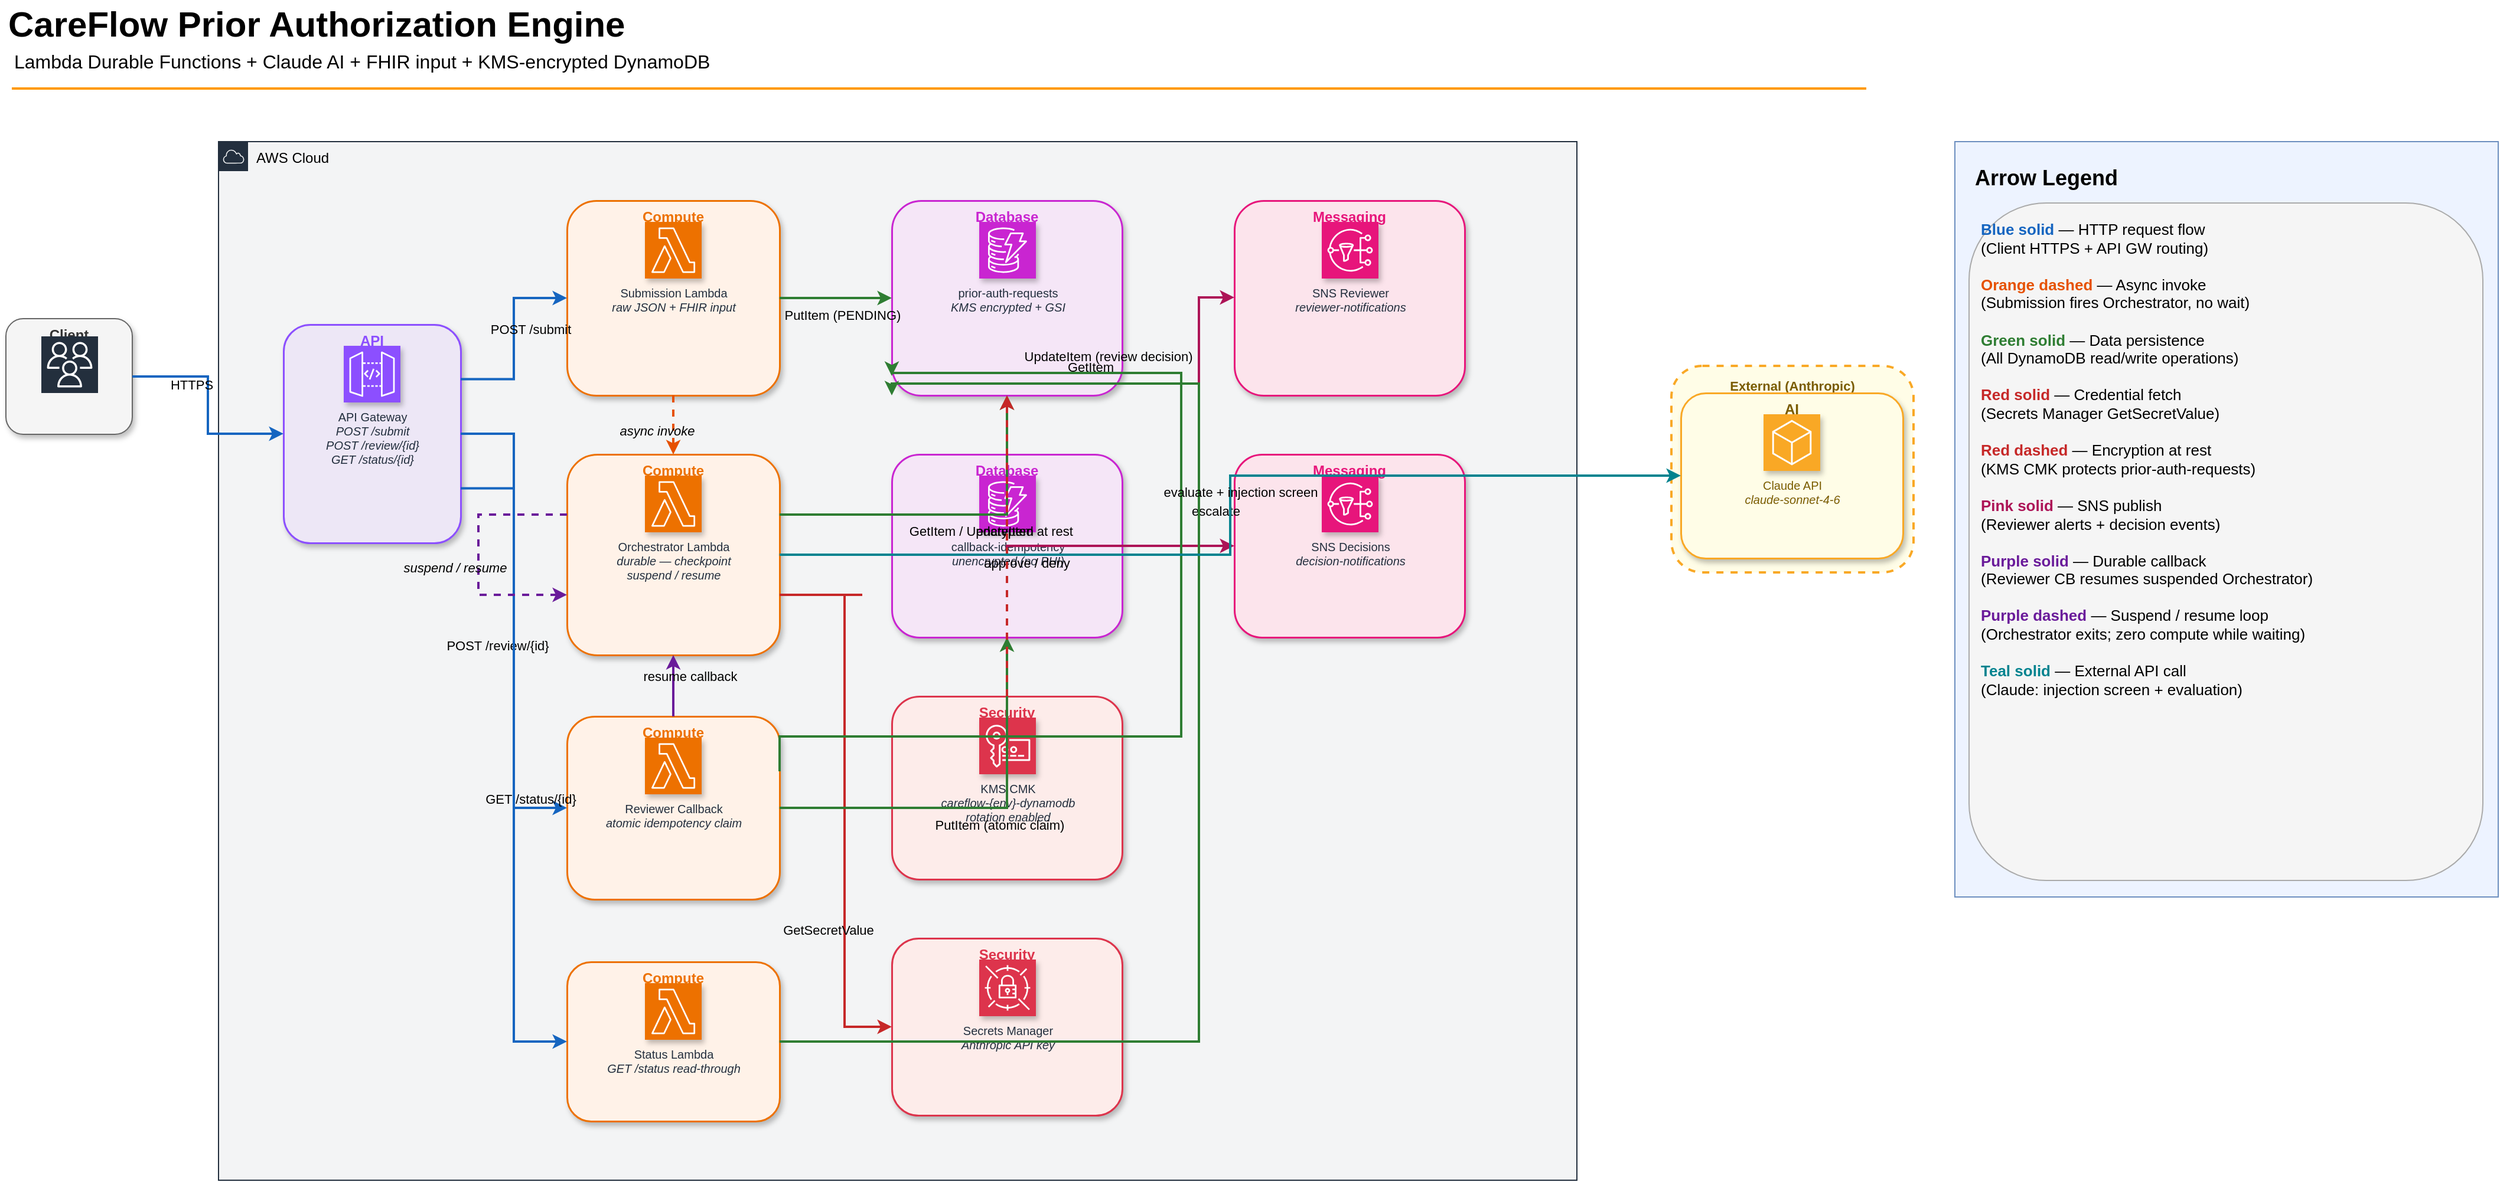
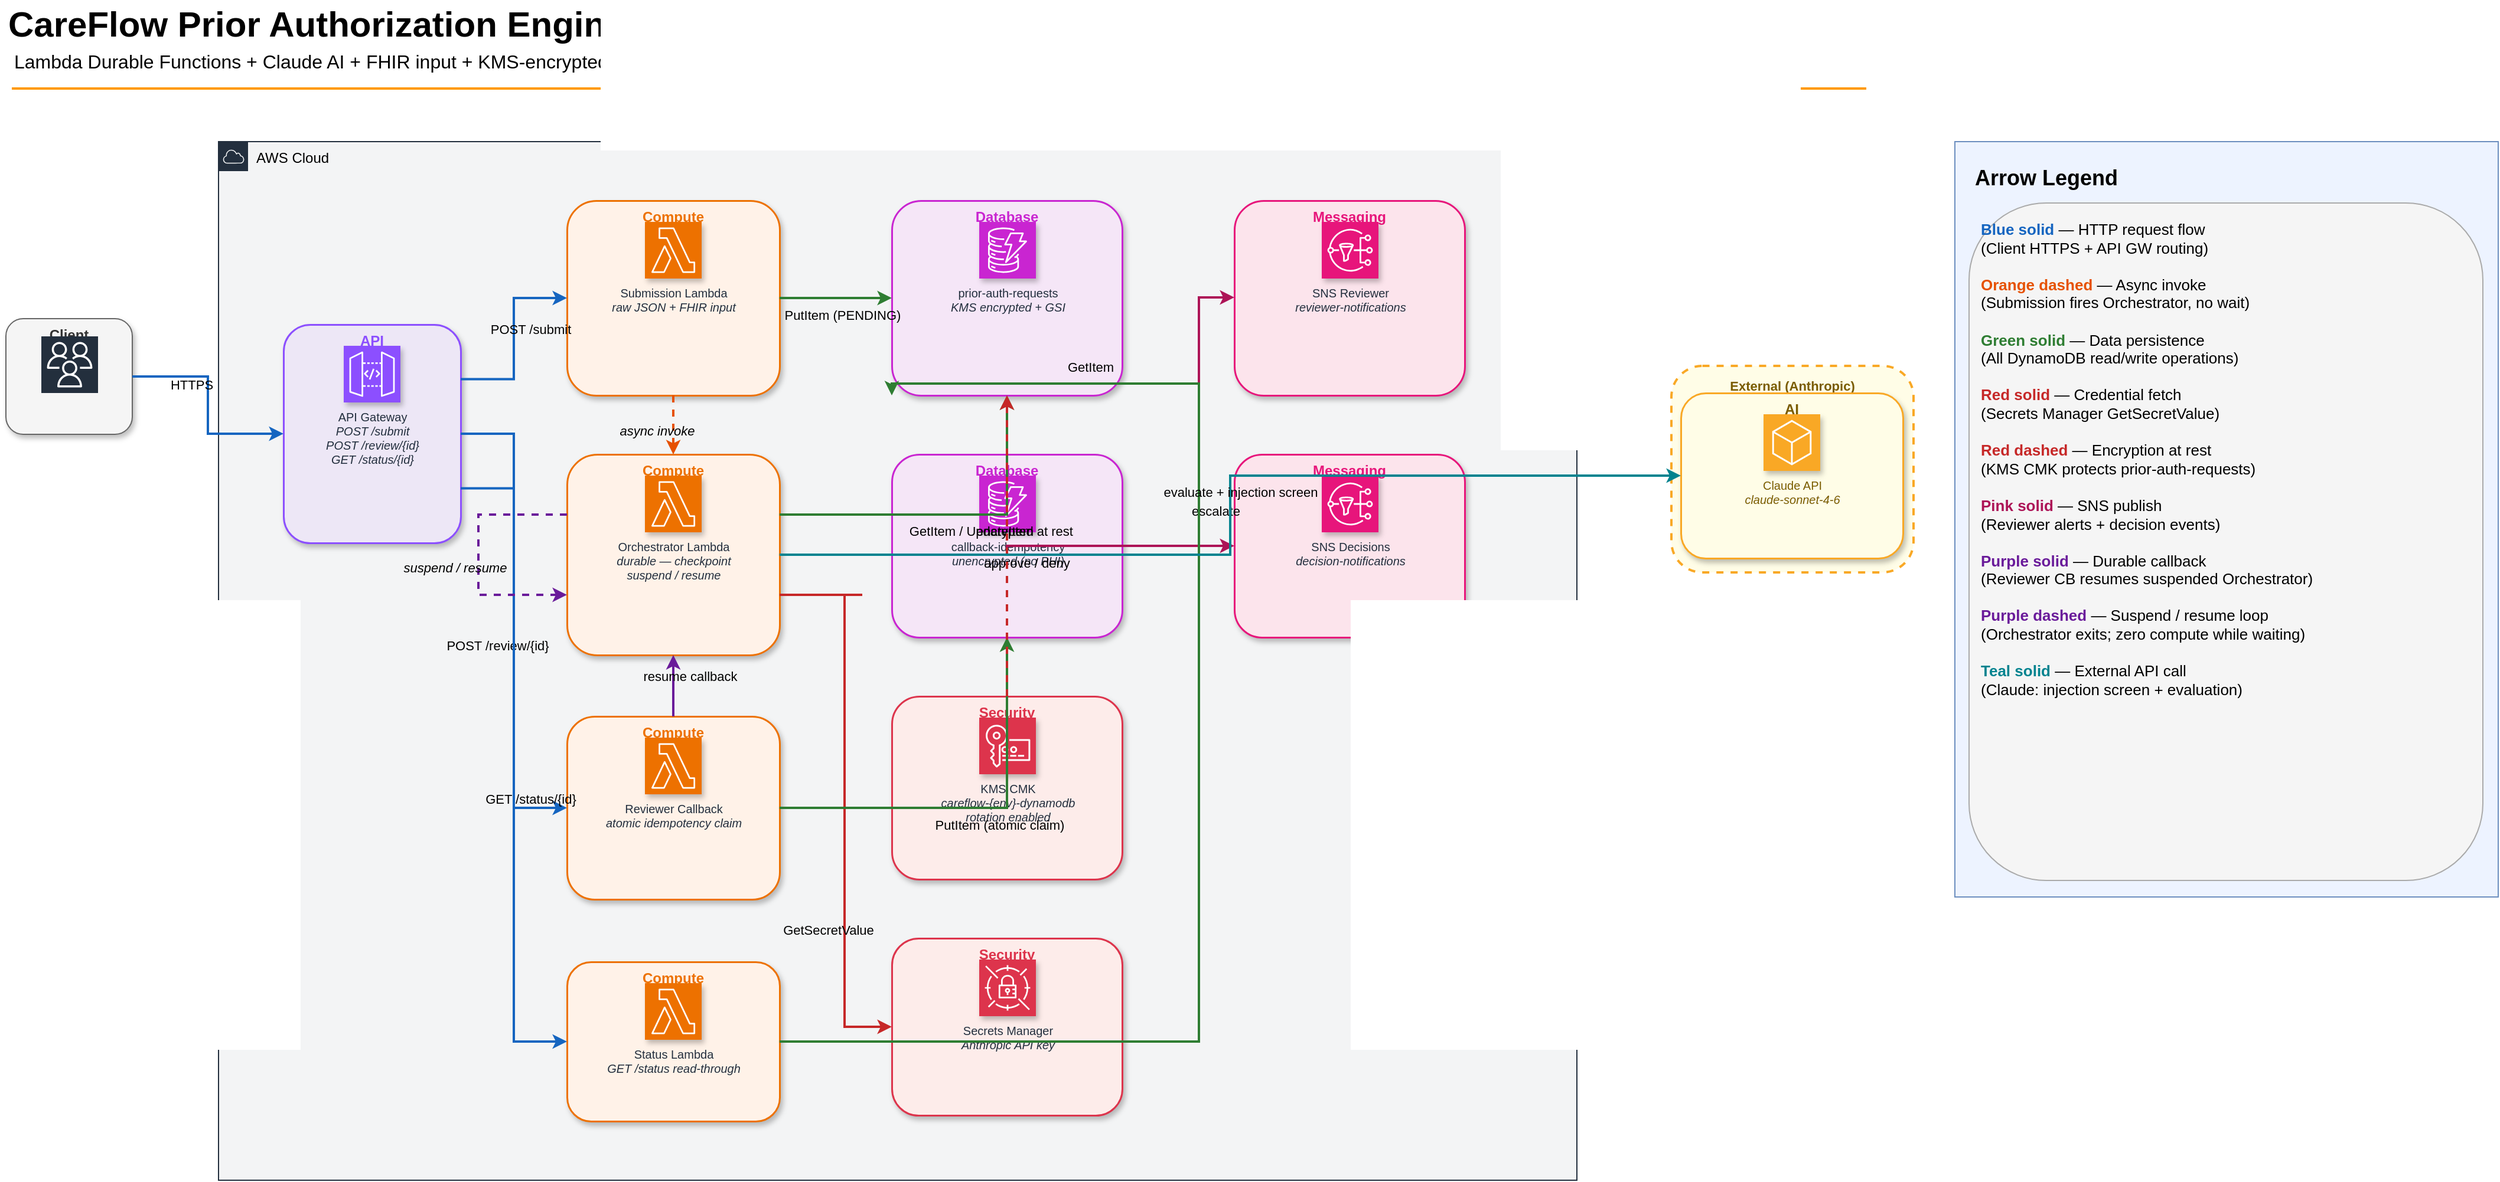
<mxfile host="Electron" version="29.6.1">
  <diagram name="CareFlow Architecture" id="careflow-arch">
    <mxGraphModel dx="2000" dy="1200" grid="0" gridSize="10" guides="1" tooltips="1" connect="1" arrows="1" fold="1" page="0" pageScale="1" pageWidth="2200" pageHeight="1200" math="0" shadow="0">
      <root>
        <mxCell id="0" />
        <mxCell id="1" parent="0" />

        <mxCell id="title-group" connectable="0" parent="1" style="group;fontFamily=Helvetica;" value="" vertex="1">
          <mxGeometry x="50" y="30" width="1580" height="83" as="geometry" />
        </mxCell>
        <mxCell id="title-text" parent="title-group" style="text;html=1;resizable=1;points=[];autosize=1;align=left;verticalAlign=top;spacingTop=-4;fontSize=30;fontStyle=1;fontFamily=Helvetica;" value="CareFlow Prior Authorization Engine" vertex="1">
          <mxGeometry width="900" height="42" as="geometry" />
        </mxCell>
        <mxCell id="subtitle-text" parent="title-group" style="text;html=1;resizable=0;points=[];align=left;verticalAlign=top;spacingTop=-4;fontSize=16;fontFamily=Helvetica;" value="Lambda Durable Functions + Claude AI + FHIR input + KMS-encrypted DynamoDB" vertex="1">
          <mxGeometry x="5" y="40" width="1400" height="25" as="geometry" />
        </mxCell>
        <mxCell id="title-sep" parent="title-group" style="line;strokeWidth=2;html=1;strokeColor=#FF9900;fontFamily=Helvetica;" value="" vertex="1">
          <mxGeometry x="5" y="70" width="1570" height="10" as="geometry" />
        </mxCell>

        <mxCell id="client-container" parent="1" style="fillColor=#f5f5f5;strokeColor=light-dark(#666666,#D4D4D4);rounded=1;whiteSpace=wrap;html=1;verticalAlign=top;fontStyle=1;fontSize=12;fontColor=#333333;fontFamily=Helvetica;container=1;collapsible=0;shadow=1;strokeWidth=1;" value="Client" vertex="1">
          <mxGeometry x="50" y="300" width="107" height="98" as="geometry" />
        </mxCell>
        <mxCell id="client-icon" parent="client-container" style="sketch=0;points=[[0,0,0],[0.25,0,0],[0.5,0,0],[0.75,0,0],[1,0,0],[0,1,0],[0.25,1,0],[0.5,1,0],[0.75,1,0],[1,1,0],[0,0.25,0],[0,0.5,0],[0,0.75,0],[1,0.25,0],[1,0.5,0],[1,0.75,0]];outlineConnect=0;fontColor=#232F3E;fillColor=#232F3D;strokeColor=#ffffff;dashed=0;verticalLabelPosition=bottom;verticalAlign=top;align=center;html=1;fontSize=12;fontStyle=0;aspect=fixed;shape=mxgraph.aws4.resourceIcon;resIcon=mxgraph.aws4.users;fontFamily=Helvetica;" value="" vertex="1">
          <mxGeometry x="30" y="15" width="48" height="48" as="geometry" />
        </mxCell>

        <mxCell id="ext-boundary" parent="1" style="rounded=1;whiteSpace=wrap;html=1;verticalAlign=top;fontStyle=1;fontSize=11;fontColor=#7a5c00;fontFamily=Helvetica;fillColor=#FFFDE7;strokeColor=#F9A825;strokeWidth=2;dashed=1;spacingTop=4;" value="External (Anthropic)" vertex="1">
          <mxGeometry x="1460" y="340" width="205" height="175" as="geometry" />
        </mxCell>
        <mxCell id="svc-group-claude" parent="1" style="fillColor=#FFFDE7;strokeColor=#F9A825;rounded=1;whiteSpace=wrap;html=1;verticalAlign=top;fontStyle=1;fontSize=12;fontColor=#7a5c00;fontFamily=Helvetica;container=1;collapsible=0;shadow=1;strokeWidth=1.5;" value="AI" vertex="1">
          <mxGeometry x="1468" y="363" width="188" height="140" as="geometry" />
        </mxCell>
        <mxCell id="svc-claude" parent="svc-group-claude" style="sketch=0;points=[[0,0,0],[0.25,0,0],[0.5,0,0],[0.75,0,0],[1,0,0],[0,1,0],[0.25,1,0],[0.5,1,0],[0.75,1,0],[1,1,0],[0,0.25,0],[0,0.5,0],[0,0.75,0],[1,0.25,0],[1,0.5,0],[1,0.75,0]];outlineConnect=0;fontColor=#7a5c00;fillColor=#F9A825;strokeColor=#ffffff;dashed=0;verticalLabelPosition=bottom;verticalAlign=top;align=center;html=1;fontSize=10;fontStyle=0;aspect=fixed;shape=mxgraph.aws4.resourceIcon;resIcon=mxgraph.aws4.general;fontFamily=Helvetica;shadow=1;" value="Claude API&lt;div&gt;&lt;i&gt;claude-sonnet-4-6&lt;/i&gt;&lt;/div&gt;" vertex="1">
          <mxGeometry x="70" y="18" width="48" height="48" as="geometry" />
        </mxCell>

        <mxCell id="aws-cloud" parent="1" style="points=[[0,0],[0.25,0],[0.5,0],[0.75,0],[1,0],[1,0.25],[1,0.5],[1,0.75],[1,1],[0.75,1],[0.5,1],[0.25,1],[0,1],[0,0.75],[0,0.5],[0,0.25]];outlineConnect=0;gradientColor=none;html=1;whiteSpace=wrap;fontSize=12;fontStyle=0;shape=mxgraph.aws4.group;grIcon=mxgraph.aws4.group_aws_cloud;strokeColor=light-dark(#232F3E,#E0ECFB);fillColor=light-dark(#232F3E0D,#90C7FF0D);fillStyle=auto;verticalAlign=top;align=left;spacingLeft=30;fontColor=#232F3E;dashed=0;container=1;pointerEvents=0;collapsible=0;recursiveResize=0;fontFamily=Helvetica;" value="&lt;font style=&quot;color: light-dark(rgb(0,0,0),rgb(255,255,255));&quot;&gt;AWS Cloud&lt;/font&gt;" vertex="1">
          <mxGeometry x="230" y="150" width="1150" height="880" as="geometry" />
        </mxCell>

        <mxCell id="svc-group-apigw" parent="aws-cloud" style="fillColor=#EDE7F6;strokeColor=#8C4FFF;rounded=1;whiteSpace=wrap;html=1;verticalAlign=top;fontStyle=1;fontSize=12;fontColor=#8C4FFF;fontFamily=Helvetica;container=1;collapsible=0;shadow=1;strokeWidth=1.5;" value="API" vertex="1">
          <mxGeometry x="55" y="155" width="150" height="185" as="geometry" />
        </mxCell>
        <mxCell id="svc-apigw" parent="svc-group-apigw" style="sketch=0;points=[[0,0,0],[0.25,0,0],[0.5,0,0],[0.75,0,0],[1,0,0],[0,1,0],[0.25,1,0],[0.5,1,0],[0.75,1,0],[1,1,0],[0,0.25,0],[0,0.5,0],[0,0.75,0],[1,0.25,0],[1,0.5,0],[1,0.75,0]];outlineConnect=0;fontColor=#232F3E;fillColor=#8C4FFF;strokeColor=#ffffff;dashed=0;verticalLabelPosition=bottom;verticalAlign=top;align=center;html=1;fontSize=10;fontStyle=0;aspect=fixed;shape=mxgraph.aws4.resourceIcon;resIcon=mxgraph.aws4.api_gateway;fontFamily=Helvetica;shadow=1;" value="API Gateway&lt;div&gt;&lt;i&gt;POST /submit&lt;/i&gt;&lt;/div&gt;&lt;div&gt;&lt;i&gt;POST /review/{id}&lt;/i&gt;&lt;/div&gt;&lt;div&gt;&lt;i&gt;GET /status/{id}&lt;/i&gt;&lt;/div&gt;" vertex="1">
          <mxGeometry x="51" y="18" width="48" height="48" as="geometry" />
        </mxCell>

        <mxCell id="svc-group-submission" parent="aws-cloud" style="fillColor=#FFF2E8;strokeColor=#ED7100;rounded=1;whiteSpace=wrap;html=1;verticalAlign=top;fontStyle=1;fontSize=12;fontColor=#ED7100;fontFamily=Helvetica;container=1;collapsible=0;shadow=1;strokeWidth=1.5;" value="Compute" vertex="1">
          <mxGeometry x="295" y="50" width="180" height="165" as="geometry" />
        </mxCell>
        <mxCell id="svc-submission" parent="svc-group-submission" style="sketch=0;points=[[0,0,0],[0.25,0,0],[0.5,0,0],[0.75,0,0],[1,0,0],[0,1,0],[0.25,1,0],[0.5,1,0],[0.75,1,0],[1,1,0],[0,0.25,0],[0,0.5,0],[0,0.75,0],[1,0.25,0],[1,0.5,0],[1,0.75,0]];outlineConnect=0;fontColor=#232F3E;fillColor=#ED7100;strokeColor=#ffffff;dashed=0;verticalLabelPosition=bottom;verticalAlign=top;align=center;html=1;fontSize=10;fontStyle=0;aspect=fixed;shape=mxgraph.aws4.resourceIcon;resIcon=mxgraph.aws4.lambda;fontFamily=Helvetica;shadow=1;" value="Submission Lambda&lt;div&gt;&lt;i&gt;raw JSON + FHIR input&lt;/i&gt;&lt;/div&gt;" vertex="1">
          <mxGeometry x="66" y="18" width="48" height="48" as="geometry" />
        </mxCell>

        <mxCell id="svc-group-orchestrator" parent="aws-cloud" style="fillColor=#FFF2E8;strokeColor=#ED7100;rounded=1;whiteSpace=wrap;html=1;verticalAlign=top;fontStyle=1;fontSize=12;fontColor=#ED7100;fontFamily=Helvetica;container=1;collapsible=0;shadow=1;strokeWidth=1.5;" value="Compute" vertex="1">
          <mxGeometry x="295" y="265" width="180" height="170" as="geometry" />
        </mxCell>
        <mxCell id="svc-orchestrator" parent="svc-group-orchestrator" style="sketch=0;points=[[0,0,0],[0.25,0,0],[0.5,0,0],[0.75,0,0],[1,0,0],[0,1,0],[0.25,1,0],[0.5,1,0],[0.75,1,0],[1,1,0],[0,0.25,0],[0,0.5,0],[0,0.75,0],[1,0.25,0],[1,0.5,0],[1,0.75,0]];outlineConnect=0;fontColor=#232F3E;fillColor=#ED7100;strokeColor=#ffffff;dashed=0;verticalLabelPosition=bottom;verticalAlign=top;align=center;html=1;fontSize=10;fontStyle=0;aspect=fixed;shape=mxgraph.aws4.resourceIcon;resIcon=mxgraph.aws4.lambda;fontFamily=Helvetica;shadow=1;" value="Orchestrator Lambda&lt;div&gt;&lt;i&gt;durable — checkpoint&lt;/i&gt;&lt;/div&gt;&lt;div&gt;&lt;i&gt;suspend / resume&lt;/i&gt;&lt;/div&gt;" vertex="1">
          <mxGeometry x="66" y="18" width="48" height="48" as="geometry" />
        </mxCell>

        <mxCell id="svc-group-reviewer-cb" parent="aws-cloud" style="fillColor=#FFF2E8;strokeColor=#ED7100;rounded=1;whiteSpace=wrap;html=1;verticalAlign=top;fontStyle=1;fontSize=12;fontColor=#ED7100;fontFamily=Helvetica;container=1;collapsible=0;shadow=1;strokeWidth=1.5;" value="Compute" vertex="1">
          <mxGeometry x="295" y="487" width="180" height="155" as="geometry" />
        </mxCell>
        <mxCell id="svc-reviewer-cb" parent="svc-group-reviewer-cb" style="sketch=0;points=[[0,0,0],[0.25,0,0],[0.5,0,0],[0.75,0,0],[1,0,0],[0,1,0],[0.25,1,0],[0.5,1,0],[0.75,1,0],[1,1,0],[0,0.25,0],[0,0.5,0],[0,0.75,0],[1,0.25,0],[1,0.5,0],[1,0.75,0]];outlineConnect=0;fontColor=#232F3E;fillColor=#ED7100;strokeColor=#ffffff;dashed=0;verticalLabelPosition=bottom;verticalAlign=top;align=center;html=1;fontSize=10;fontStyle=0;aspect=fixed;shape=mxgraph.aws4.resourceIcon;resIcon=mxgraph.aws4.lambda;fontFamily=Helvetica;shadow=1;" value="Reviewer Callback&lt;div&gt;&lt;i&gt;atomic idempotency claim&lt;/i&gt;&lt;/div&gt;" vertex="1">
          <mxGeometry x="66" y="18" width="48" height="48" as="geometry" />
        </mxCell>

        <mxCell id="svc-group-status" parent="aws-cloud" style="fillColor=#FFF2E8;strokeColor=#ED7100;rounded=1;whiteSpace=wrap;html=1;verticalAlign=top;fontStyle=1;fontSize=12;fontColor=#ED7100;fontFamily=Helvetica;container=1;collapsible=0;shadow=1;strokeWidth=1.5;" value="Compute" vertex="1">
          <mxGeometry x="295" y="695" width="180" height="135" as="geometry" />
        </mxCell>
        <mxCell id="svc-status" parent="svc-group-status" style="sketch=0;points=[[0,0,0],[0.25,0,0],[0.5,0,0],[0.75,0,0],[1,0,0],[0,1,0],[0.25,1,0],[0.5,1,0],[0.75,1,0],[1,1,0],[0,0.25,0],[0,0.5,0],[0,0.75,0],[1,0.25,0],[1,0.5,0],[1,0.75,0]];outlineConnect=0;fontColor=#232F3E;fillColor=#ED7100;strokeColor=#ffffff;dashed=0;verticalLabelPosition=bottom;verticalAlign=top;align=center;html=1;fontSize=10;fontStyle=0;aspect=fixed;shape=mxgraph.aws4.resourceIcon;resIcon=mxgraph.aws4.lambda;fontFamily=Helvetica;shadow=1;" value="Status Lambda&lt;div&gt;&lt;i&gt;GET /status read-through&lt;/i&gt;&lt;/div&gt;" vertex="1">
          <mxGeometry x="66" y="18" width="48" height="48" as="geometry" />
        </mxCell>

        <mxCell id="svc-group-ddb-requests" parent="aws-cloud" style="fillColor=#F5E6F7;strokeColor=#C925D1;rounded=1;whiteSpace=wrap;html=1;verticalAlign=top;fontStyle=1;fontSize=12;fontColor=#C925D1;fontFamily=Helvetica;container=1;collapsible=0;shadow=1;strokeWidth=1.5;" value="Database" vertex="1">
          <mxGeometry x="570" y="50" width="195" height="165" as="geometry" />
        </mxCell>
        <mxCell id="svc-ddb-requests" parent="svc-group-ddb-requests" style="sketch=0;points=[[0,0,0],[0.25,0,0],[0.5,0,0],[0.75,0,0],[1,0,0],[0,1,0],[0.25,1,0],[0.5,1,0],[0.75,1,0],[1,1,0],[0,0.25,0],[0,0.5,0],[0,0.75,0],[1,0.25,0],[1,0.5,0],[1,0.75,0]];outlineConnect=0;fontColor=#232F3E;fillColor=#C925D1;strokeColor=#ffffff;dashed=0;verticalLabelPosition=bottom;verticalAlign=top;align=center;html=1;fontSize=10;fontStyle=0;aspect=fixed;shape=mxgraph.aws4.resourceIcon;resIcon=mxgraph.aws4.dynamodb;fontFamily=Helvetica;shadow=1;" value="prior-auth-requests&lt;div&gt;&lt;i&gt;KMS encrypted + GSI&lt;/i&gt;&lt;/div&gt;" vertex="1">
          <mxGeometry x="74" y="18" width="48" height="48" as="geometry" />
        </mxCell>

        <mxCell id="svc-group-ddb-idempotency" parent="aws-cloud" style="fillColor=#F5E6F7;strokeColor=#C925D1;rounded=1;whiteSpace=wrap;html=1;verticalAlign=top;fontStyle=1;fontSize=12;fontColor=#C925D1;fontFamily=Helvetica;container=1;collapsible=0;shadow=1;strokeWidth=1.5;" value="Database" vertex="1">
          <mxGeometry x="570" y="265" width="195" height="155" as="geometry" />
        </mxCell>
        <mxCell id="svc-ddb-idempotency" parent="svc-group-ddb-idempotency" style="sketch=0;points=[[0,0,0],[0.25,0,0],[0.5,0,0],[0.75,0,0],[1,0,0],[0,1,0],[0.25,1,0],[0.5,1,0],[0.75,1,0],[1,1,0],[0,0.25,0],[0,0.5,0],[0,0.75,0],[1,0.25,0],[1,0.5,0],[1,0.75,0]];outlineConnect=0;fontColor=#232F3E;fillColor=#C925D1;strokeColor=#ffffff;dashed=0;verticalLabelPosition=bottom;verticalAlign=top;align=center;html=1;fontSize=10;fontStyle=0;aspect=fixed;shape=mxgraph.aws4.resourceIcon;resIcon=mxgraph.aws4.dynamodb;fontFamily=Helvetica;shadow=1;" value="callback-idempotency&lt;div&gt;&lt;i&gt;unencrypted (no PHI)&lt;/i&gt;&lt;/div&gt;" vertex="1">
          <mxGeometry x="74" y="18" width="48" height="48" as="geometry" />
        </mxCell>

        <mxCell id="svc-group-kms" parent="aws-cloud" style="fillColor=#FDECEA;strokeColor=#DD344C;rounded=1;whiteSpace=wrap;html=1;verticalAlign=top;fontStyle=1;fontSize=12;fontColor=#DD344C;fontFamily=Helvetica;container=1;collapsible=0;shadow=1;strokeWidth=1.5;" value="Security" vertex="1">
          <mxGeometry x="570" y="470" width="195" height="155" as="geometry" />
        </mxCell>
        <mxCell id="svc-kms" parent="svc-group-kms" style="sketch=0;points=[[0,0,0],[0.25,0,0],[0.5,0,0],[0.75,0,0],[1,0,0],[0,1,0],[0.25,1,0],[0.5,1,0],[0.75,1,0],[1,1,0],[0,0.25,0],[0,0.5,0],[0,0.75,0],[1,0.25,0],[1,0.5,0],[1,0.75,0]];outlineConnect=0;fontColor=#232F3E;fillColor=#DD344C;strokeColor=#ffffff;dashed=0;verticalLabelPosition=bottom;verticalAlign=top;align=center;html=1;fontSize=10;fontStyle=0;aspect=fixed;shape=mxgraph.aws4.resourceIcon;resIcon=mxgraph.aws4.key_management_service;fontFamily=Helvetica;shadow=1;" value="KMS CMK&lt;div&gt;&lt;i&gt;careflow-{env}-dynamodb&lt;/i&gt;&lt;/div&gt;&lt;div&gt;&lt;i&gt;rotation enabled&lt;/i&gt;&lt;/div&gt;" vertex="1">
          <mxGeometry x="74" y="18" width="48" height="48" as="geometry" />
        </mxCell>

        <mxCell id="svc-group-secrets" parent="aws-cloud" style="fillColor=#FDECEA;strokeColor=#DD344C;rounded=1;whiteSpace=wrap;html=1;verticalAlign=top;fontStyle=1;fontSize=12;fontColor=#DD344C;fontFamily=Helvetica;container=1;collapsible=0;shadow=1;strokeWidth=1.5;" value="Security" vertex="1">
          <mxGeometry x="570" y="675" width="195" height="150" as="geometry" />
        </mxCell>
        <mxCell id="svc-secrets" parent="svc-group-secrets" style="sketch=0;points=[[0,0,0],[0.25,0,0],[0.5,0,0],[0.75,0,0],[1,0,0],[0,1,0],[0.25,1,0],[0.5,1,0],[0.75,1,0],[1,1,0],[0,0.25,0],[0,0.5,0],[0,0.75,0],[1,0.25,0],[1,0.5,0],[1,0.75,0]];outlineConnect=0;fontColor=#232F3E;fillColor=#DD344C;strokeColor=#ffffff;dashed=0;verticalLabelPosition=bottom;verticalAlign=top;align=center;html=1;fontSize=10;fontStyle=0;aspect=fixed;shape=mxgraph.aws4.resourceIcon;resIcon=mxgraph.aws4.secrets_manager;fontFamily=Helvetica;shadow=1;" value="Secrets Manager&lt;div&gt;&lt;i&gt;Anthropic API key&lt;/i&gt;&lt;/div&gt;" vertex="1">
          <mxGeometry x="74" y="18" width="48" height="48" as="geometry" />
        </mxCell>

        <mxCell id="svc-group-sns-reviewer" parent="aws-cloud" style="fillColor=#FCE4EC;strokeColor=#E7157B;rounded=1;whiteSpace=wrap;html=1;verticalAlign=top;fontStyle=1;fontSize=12;fontColor=#E7157B;fontFamily=Helvetica;container=1;collapsible=0;shadow=1;strokeWidth=1.5;" value="Messaging" vertex="1">
          <mxGeometry x="860" y="50" width="195" height="165" as="geometry" />
        </mxCell>
        <mxCell id="svc-sns-reviewer" parent="svc-group-sns-reviewer" style="sketch=0;points=[[0,0,0],[0.25,0,0],[0.5,0,0],[0.75,0,0],[1,0,0],[0,1,0],[0.25,1,0],[0.5,1,0],[0.75,1,0],[1,1,0],[0,0.25,0],[0,0.5,0],[0,0.75,0],[1,0.25,0],[1,0.5,0],[1,0.75,0]];outlineConnect=0;fontColor=#232F3E;fillColor=#E7157B;strokeColor=#ffffff;dashed=0;verticalLabelPosition=bottom;verticalAlign=top;align=center;html=1;fontSize=10;fontStyle=0;aspect=fixed;shape=mxgraph.aws4.resourceIcon;resIcon=mxgraph.aws4.sns;fontFamily=Helvetica;shadow=1;" value="SNS Reviewer&lt;div&gt;&lt;i&gt;reviewer-notifications&lt;/i&gt;&lt;/div&gt;" vertex="1">
          <mxGeometry x="74" y="18" width="48" height="48" as="geometry" />
        </mxCell>

        <mxCell id="svc-group-sns-decisions" parent="aws-cloud" style="fillColor=#FCE4EC;strokeColor=#E7157B;rounded=1;whiteSpace=wrap;html=1;verticalAlign=top;fontStyle=1;fontSize=12;fontColor=#E7157B;fontFamily=Helvetica;container=1;collapsible=0;shadow=1;strokeWidth=1.5;" value="Messaging" vertex="1">
          <mxGeometry x="860" y="265" width="195" height="155" as="geometry" />
        </mxCell>
        <mxCell id="svc-sns-decisions" parent="svc-group-sns-decisions" style="sketch=0;points=[[0,0,0],[0.25,0,0],[0.5,0,0],[0.75,0,0],[1,0,0],[0,1,0],[0.25,1,0],[0.5,1,0],[0.75,1,0],[1,1,0],[0,0.25,0],[0,0.5,0],[0,0.75,0],[1,0.25,0],[1,0.5,0],[1,0.75,0]];outlineConnect=0;fontColor=#232F3E;fillColor=#E7157B;strokeColor=#ffffff;dashed=0;verticalLabelPosition=bottom;verticalAlign=top;align=center;html=1;fontSize=10;fontStyle=0;aspect=fixed;shape=mxgraph.aws4.resourceIcon;resIcon=mxgraph.aws4.sns;fontFamily=Helvetica;shadow=1;" value="SNS Decisions&lt;div&gt;&lt;i&gt;decision-notifications&lt;/i&gt;&lt;/div&gt;" vertex="1">
          <mxGeometry x="74" y="18" width="48" height="48" as="geometry" />
        </mxCell>

        <mxCell id="edge-client-apigw" edge="1" parent="1" source="client-container" target="svc-group-apigw" style="edgeStyle=orthogonalEdgeStyle;rounded=0;html=1;strokeColor=#1565C0;strokeWidth=2;fontFamily=Helvetica;labelBackgroundColor=none;" vertex="1">
          <mxGeometry relative="1" as="geometry" />
        </mxCell>
        <mxCell id="edge-client-apigw-lbl" connectable="0" parent="edge-client-apigw" style="edgeLabel;html=1;align=center;verticalAlign=middle;resizable=0;points=[];fontSize=11;fontFamily=Helvetica;labelBackgroundColor=none;" value="HTTPS" vertex="1">
          <mxGeometry relative="1" x="-0.2" y="-14" as="geometry"><mxPoint as="offset" /></mxGeometry>
        </mxCell>

        <mxCell id="edge-apigw-submission" edge="1" parent="aws-cloud" source="svc-group-apigw" target="svc-group-submission" style="edgeStyle=orthogonalEdgeStyle;rounded=0;html=1;strokeColor=#1565C0;strokeWidth=2;fontFamily=Helvetica;labelBackgroundColor=none;exitX=1;exitY=0.25;exitDx=0;exitDy=0;entryX=0;entryY=0.5;entryDx=0;entryDy=0;" vertex="1">
          <mxGeometry relative="1" as="geometry" />
        </mxCell>
        <mxCell id="edge-apigw-submission-lbl" connectable="0" parent="edge-apigw-submission" style="edgeLabel;html=1;align=center;verticalAlign=middle;resizable=0;points=[];fontSize=11;fontFamily=Helvetica;labelBackgroundColor=none;" value="POST /submit" vertex="1">
          <mxGeometry relative="1" x="0.1" y="-14" as="geometry"><mxPoint as="offset" /></mxGeometry>
        </mxCell>

        <mxCell id="edge-apigw-reviewer" edge="1" parent="aws-cloud" source="svc-group-apigw" target="svc-group-reviewer-cb" style="edgeStyle=orthogonalEdgeStyle;rounded=0;html=1;strokeColor=#1565C0;strokeWidth=2;fontFamily=Helvetica;labelBackgroundColor=none;exitX=1;exitY=0.5;exitDx=0;exitDy=0;entryX=0;entryY=0.5;entryDx=0;entryDy=0;" vertex="1">
          <mxGeometry relative="1" as="geometry" />
        </mxCell>
        <mxCell id="edge-apigw-reviewer-lbl" connectable="0" parent="edge-apigw-reviewer" style="edgeLabel;html=1;align=center;verticalAlign=middle;resizable=0;points=[];fontSize=11;fontFamily=Helvetica;labelBackgroundColor=none;" value="POST /review/{id}" vertex="1">
          <mxGeometry relative="1" x="0.1" y="-14" as="geometry"><mxPoint as="offset" /></mxGeometry>
        </mxCell>

        <mxCell id="edge-apigw-status" edge="1" parent="aws-cloud" source="svc-group-apigw" target="svc-group-status" style="edgeStyle=orthogonalEdgeStyle;rounded=0;html=1;strokeColor=#1565C0;strokeWidth=2;fontFamily=Helvetica;labelBackgroundColor=none;exitX=1;exitY=0.75;exitDx=0;exitDy=0;entryX=0;entryY=0.5;entryDx=0;entryDy=0;" vertex="1">
          <mxGeometry relative="1" as="geometry" />
        </mxCell>
        <mxCell id="edge-apigw-status-lbl" connectable="0" parent="edge-apigw-status" style="edgeLabel;html=1;align=center;verticalAlign=middle;resizable=0;points=[];fontSize=11;fontFamily=Helvetica;labelBackgroundColor=none;" value="GET /status/{id}" vertex="1">
          <mxGeometry relative="1" x="0.1" y="14" as="geometry"><mxPoint as="offset" /></mxGeometry>
        </mxCell>

        <mxCell id="edge-submission-ddb" edge="1" parent="aws-cloud" source="svc-group-submission" target="svc-group-ddb-requests" style="edgeStyle=orthogonalEdgeStyle;rounded=0;html=1;strokeColor=#2E7D32;strokeWidth=2;fontFamily=Helvetica;labelBackgroundColor=none;" vertex="1">
          <mxGeometry relative="1" as="geometry" />
        </mxCell>
        <mxCell id="edge-submission-ddb-lbl" connectable="0" parent="edge-submission-ddb" style="edgeLabel;html=1;align=center;verticalAlign=middle;resizable=0;points=[];fontSize=11;fontFamily=Helvetica;labelBackgroundColor=none;" value="PutItem (PENDING)" vertex="1">
          <mxGeometry relative="1" x="0.1" y="-14" as="geometry"><mxPoint as="offset" /></mxGeometry>
        </mxCell>

        <mxCell id="edge-submission-orch" edge="1" parent="aws-cloud" source="svc-group-submission" target="svc-group-orchestrator" style="edgeStyle=orthogonalEdgeStyle;rounded=0;html=1;strokeColor=#E65100;strokeWidth=2;dashed=1;fontFamily=Helvetica;labelBackgroundColor=none;exitX=0.5;exitY=1;exitDx=0;exitDy=0;entryX=0.5;entryY=0;entryDx=0;entryDy=0;" vertex="1">
          <mxGeometry relative="1" as="geometry" />
        </mxCell>
        <mxCell id="edge-submission-orch-lbl" connectable="0" parent="edge-submission-orch" style="edgeLabel;html=1;align=center;verticalAlign=middle;resizable=0;points=[];fontSize=11;fontStyle=2;fontFamily=Helvetica;labelBackgroundColor=none;" value="async invoke" vertex="1">
          <mxGeometry relative="1" x="0.2" y="-14" as="geometry"><mxPoint as="offset" /></mxGeometry>
        </mxCell>

        <mxCell id="edge-orch-ddb" edge="1" parent="aws-cloud" source="svc-group-orchestrator" target="svc-group-ddb-requests" style="edgeStyle=orthogonalEdgeStyle;rounded=0;html=1;strokeColor=#2E7D32;strokeWidth=2;fontFamily=Helvetica;labelBackgroundColor=none;exitX=1;exitY=0.3;exitDx=0;exitDy=0;" vertex="1">
          <mxGeometry relative="1" as="geometry" />
        </mxCell>
        <mxCell id="edge-orch-ddb-lbl" connectable="0" parent="edge-orch-ddb" style="edgeLabel;html=1;align=center;verticalAlign=middle;resizable=0;points=[];fontSize=11;fontFamily=Helvetica;labelBackgroundColor=none;" value="GetItem / UpdateItem" vertex="1">
          <mxGeometry relative="1" x="0.1" y="-14" as="geometry"><mxPoint as="offset" /></mxGeometry>
        </mxCell>

        <mxCell id="edge-orch-secrets" edge="1" parent="aws-cloud" source="svc-group-orchestrator" target="svc-group-secrets" style="edgeStyle=orthogonalEdgeStyle;rounded=0;html=1;strokeColor=#C62828;strokeWidth=2;fontFamily=Helvetica;labelBackgroundColor=none;exitX=1;exitY=0.7;exitDx=0;exitDy=0;entryX=0;entryY=0.5;entryDx=0;entryDy=0;" vertex="1">
          <mxGeometry relative="1" as="geometry">
            <Array as="points">
              <mxPoint x="545" y="384" />
              <mxPoint x="530" y="384" />
              <mxPoint x="530" y="750" />
            </Array>
          </mxGeometry>
        </mxCell>
        <mxCell id="edge-orch-secrets-lbl" connectable="0" parent="edge-orch-secrets" style="edgeLabel;html=1;align=center;verticalAlign=middle;resizable=0;points=[];fontSize=11;fontFamily=Helvetica;labelBackgroundColor=none;" value="GetSecretValue" vertex="1">
          <mxGeometry relative="1" x="0.5" y="-14" as="geometry"><mxPoint as="offset" /></mxGeometry>
        </mxCell>

        <mxCell id="edge-orch-sns-reviewer" edge="1" parent="aws-cloud" source="svc-group-orchestrator" target="svc-group-sns-reviewer" style="edgeStyle=orthogonalEdgeStyle;rounded=0;html=1;strokeColor=#AD1457;strokeWidth=2;fontFamily=Helvetica;labelBackgroundColor=none;exitX=1;exitY=0.5;exitDx=0;exitDy=0;" vertex="1">
          <mxGeometry relative="1" as="geometry">
            <Array as="points">
              <mxPoint x="830" y="350" />
              <mxPoint x="830" y="132" />
            </Array>
          </mxGeometry>
        </mxCell>
        <mxCell id="edge-orch-sns-reviewer-lbl" connectable="0" parent="edge-orch-sns-reviewer" style="edgeLabel;html=1;align=center;verticalAlign=middle;resizable=0;points=[];fontSize=11;fontFamily=Helvetica;labelBackgroundColor=none;" value="escalate" vertex="1">
          <mxGeometry relative="1" x="0.3" y="-14" as="geometry"><mxPoint as="offset" /></mxGeometry>
        </mxCell>

        <mxCell id="edge-orch-sns-decisions" edge="1" parent="aws-cloud" source="svc-group-orchestrator" target="svc-group-sns-decisions" style="edgeStyle=orthogonalEdgeStyle;rounded=0;html=1;strokeColor=#AD1457;strokeWidth=2;fontFamily=Helvetica;labelBackgroundColor=none;exitX=1;exitY=0.5;exitDx=0;exitDy=0;" vertex="1">
          <mxGeometry relative="1" as="geometry" />
        </mxCell>
        <mxCell id="edge-orch-sns-decisions-lbl" connectable="0" parent="edge-orch-sns-decisions" style="edgeLabel;html=1;align=center;verticalAlign=middle;resizable=0;points=[];fontSize=11;fontFamily=Helvetica;labelBackgroundColor=none;" value="approve / deny" vertex="1">
          <mxGeometry relative="1" x="0.1" y="-14" as="geometry"><mxPoint as="offset" /></mxGeometry>
        </mxCell>

        <mxCell id="edge-orch-suspend" edge="1" parent="aws-cloud" source="svc-group-orchestrator" target="svc-group-orchestrator" style="edgeStyle=orthogonalEdgeStyle;rounded=0;html=1;strokeColor=#6A1B9A;strokeWidth=2;dashed=1;fontFamily=Helvetica;labelBackgroundColor=none;exitX=0;exitY=0.3;exitDx=0;exitDy=0;entryX=0;entryY=0.7;entryDx=0;entryDy=0;" vertex="1">
          <mxGeometry relative="1" as="geometry">
            <Array as="points">
              <mxPoint x="258" y="316" />
              <mxPoint x="220" y="316" />
              <mxPoint x="220" y="384" />
              <mxPoint x="258" y="384" />
            </Array>
          </mxGeometry>
        </mxCell>
        <mxCell id="edge-orch-suspend-lbl" connectable="0" parent="edge-orch-suspend" style="edgeLabel;html=1;align=center;verticalAlign=middle;resizable=0;points=[];fontSize=11;fontStyle=2;fontFamily=Helvetica;labelBackgroundColor=none;" value="suspend / resume" vertex="1">
          <mxGeometry relative="1" x="0.1" y="-20" as="geometry"><mxPoint as="offset" /></mxGeometry>
        </mxCell>

        <mxCell id="edge-reviewer-idempotency" edge="1" parent="aws-cloud" source="svc-group-reviewer-cb" target="svc-group-ddb-idempotency" style="edgeStyle=orthogonalEdgeStyle;rounded=0;html=1;strokeColor=#2E7D32;strokeWidth=2;fontFamily=Helvetica;labelBackgroundColor=none;" vertex="1">
          <mxGeometry relative="1" as="geometry" />
        </mxCell>
        <mxCell id="edge-reviewer-idempotency-lbl" connectable="0" parent="edge-reviewer-idempotency" style="edgeLabel;html=1;align=center;verticalAlign=middle;resizable=0;points=[];fontSize=11;fontFamily=Helvetica;labelBackgroundColor=none;" value="PutItem (atomic claim)" vertex="1">
          <mxGeometry relative="1" x="0.1" y="-14" as="geometry"><mxPoint as="offset" /></mxGeometry>
        </mxCell>

        <mxCell id="edge-reviewer-orch" edge="1" parent="aws-cloud" source="svc-group-reviewer-cb" target="svc-group-orchestrator" style="edgeStyle=orthogonalEdgeStyle;rounded=0;html=1;strokeColor=#6A1B9A;strokeWidth=2;fontFamily=Helvetica;labelBackgroundColor=none;exitX=0.5;exitY=0;exitDx=0;exitDy=0;entryX=0.5;entryY=1;entryDx=0;entryDy=0;" vertex="1">
          <mxGeometry relative="1" as="geometry" />
        </mxCell>
        <mxCell id="edge-reviewer-orch-lbl" connectable="0" parent="edge-reviewer-orch" style="edgeLabel;html=1;align=center;verticalAlign=middle;resizable=0;points=[];fontSize=11;fontFamily=Helvetica;labelBackgroundColor=none;" value="resume callback" vertex="1">
          <mxGeometry relative="1" x="0.3" y="-14" as="geometry"><mxPoint as="offset" /></mxGeometry>
        </mxCell>

-         <mxCell id="edge-reviewer-ddb-requests" edge="1" parent="aws-cloud" source="svc-group-reviewer-cb" target="svc-group-ddb-requests" style="edgeStyle=orthogonalEdgeStyle;rounded=0;html=1;strokeColor=#2E7D32;strokeWidth=2;fontFamily=Helvetica;labelBackgroundColor=none;exitX=1;exitY=0.3;exitDx=0;exitDy=0;entryX=0;entryY=0.9;entryDx=0;entryDy=0;" vertex="1">
-           <mxGeometry relative="1" as="geometry">
-             <Array as="points">
-               <mxPoint x="815" y="504" />
-               <mxPoint x="815" y="196" />
-             </Array>
-           </mxGeometry>
-         </mxCell>
-         <mxCell id="edge-reviewer-ddb-requests-lbl" connectable="0" parent="edge-reviewer-ddb-requests" style="edgeLabel;html=1;align=center;verticalAlign=middle;resizable=0;points=[];fontSize=11;fontFamily=Helvetica;labelBackgroundColor=none;" value="UpdateItem (review decision)" vertex="1">
-           <mxGeometry relative="1" x="0.6" y="-14" as="geometry"><mxPoint as="offset" /></mxGeometry>
-         </mxCell>
- 
        <mxCell id="edge-status-ddb" edge="1" parent="aws-cloud" source="svc-group-status" target="svc-group-ddb-requests" style="edgeStyle=orthogonalEdgeStyle;rounded=0;html=1;strokeColor=#2E7D32;strokeWidth=2;fontFamily=Helvetica;labelBackgroundColor=none;exitX=1;exitY=0.5;exitDx=0;exitDy=0;entryX=0;entryY=1;entryDx=0;entryDy=0;" vertex="1">
          <mxGeometry relative="1" as="geometry">
            <Array as="points">
              <mxPoint x="830" y="762" />
              <mxPoint x="830" y="205" />
            </Array>
          </mxGeometry>
        </mxCell>
        <mxCell id="edge-status-ddb-lbl" connectable="0" parent="edge-status-ddb" style="edgeLabel;html=1;align=center;verticalAlign=middle;resizable=0;points=[];fontSize=11;fontFamily=Helvetica;labelBackgroundColor=none;" value="GetItem" vertex="1">
          <mxGeometry relative="1" x="0.7" y="-14" as="geometry"><mxPoint as="offset" /></mxGeometry>
        </mxCell>

        <mxCell id="edge-kms-ddb" edge="1" parent="aws-cloud" source="svc-group-kms" target="svc-group-ddb-requests" style="edgeStyle=orthogonalEdgeStyle;rounded=0;html=1;strokeColor=#C62828;strokeWidth=2;dashed=1;fontFamily=Helvetica;labelBackgroundColor=none;exitX=0.5;exitY=0;exitDx=0;exitDy=0;entryX=0.5;entryY=1;entryDx=0;entryDy=0;" vertex="1">
          <mxGeometry relative="1" as="geometry" />
        </mxCell>
        <mxCell id="edge-kms-ddb-lbl" connectable="0" parent="edge-kms-ddb" style="edgeLabel;html=1;align=center;verticalAlign=middle;resizable=0;points=[];fontSize=11;fontFamily=Helvetica;labelBackgroundColor=none;" value="encrypted at rest" vertex="1">
          <mxGeometry relative="1" x="0.1" y="-14" as="geometry"><mxPoint as="offset" /></mxGeometry>
        </mxCell>

        <mxCell id="edge-orch-claude" edge="1" parent="1" source="svc-group-orchestrator" target="svc-group-claude" style="edgeStyle=orthogonalEdgeStyle;rounded=0;html=1;strokeColor=#00838F;strokeWidth=2;fontFamily=Helvetica;labelBackgroundColor=none;" vertex="1">
          <mxGeometry relative="1" as="geometry" />
        </mxCell>
        <mxCell id="edge-orch-claude-lbl" connectable="0" parent="edge-orch-claude" style="edgeLabel;html=1;align=center;verticalAlign=middle;resizable=0;points=[];fontSize=11;fontFamily=Helvetica;labelBackgroundColor=none;" value="evaluate + injection screen" vertex="1">
          <mxGeometry relative="1" x="0.1" y="-14" as="geometry"><mxPoint as="offset" /></mxGeometry>
        </mxCell>

        <mxCell id="legend-outer" connectable="0" parent="1" style="group" value="" vertex="1">
          <mxGeometry x="1700" y="150" width="460" height="640" as="geometry" />
        </mxCell>
        <mxCell id="legend-bg" parent="legend-outer" style="verticalLabelPosition=bottom;verticalAlign=top;html=1;shape=mxgraph.basic.rect;fillColor2=none;strokeWidth=1;size=20;indent=5;fillColor=light-dark(#EDF3FF,#305363);strokeColor=#6c8ebf;" value="" vertex="1">
          <mxGeometry width="460" height="640" as="geometry" />
        </mxCell>
        <mxCell id="legend-title" parent="legend-outer" style="text;html=1;align=left;verticalAlign=top;fontSize=18;fontStyle=1;labelBackgroundColor=none;fontFamily=Helvetica;" value="Arrow Legend" vertex="1">
          <mxGeometry x="15" y="14" width="200" height="28" as="geometry" />
        </mxCell>
        <mxCell id="legend-line-bg" parent="legend-outer" style="fillColor=light-dark(#F5F5F5,#29393B);strokeColor=#AAAAAA;rounded=1;whiteSpace=wrap;html=1;fontFamily=Helvetica;" value="" vertex="1">
          <mxGeometry x="12" y="52" width="435" height="574" as="geometry" />
        </mxCell>
        <mxCell id="legend-content" parent="legend-outer" style="text;html=1;align=left;verticalAlign=top;spacingTop=0;fontSize=13;labelBackgroundColor=none;whiteSpace=wrap;fontFamily=Helvetica;" value="&lt;div style=&quot;color:light-dark(#000,#fff);&quot;&gt;&lt;b style=&quot;color:#1565C0;&quot;&gt;Blue solid&lt;/b&gt; &amp;mdash; HTTP request flow&lt;br/&gt;(Client HTTPS + API GW routing)&lt;br/&gt;&lt;br/&gt;&lt;b style=&quot;color:#E65100;&quot;&gt;Orange dashed&lt;/b&gt; &amp;mdash; Async invoke&lt;br/&gt;(Submission fires Orchestrator, no wait)&lt;br/&gt;&lt;br/&gt;&lt;b style=&quot;color:#2E7D32;&quot;&gt;Green solid&lt;/b&gt; &amp;mdash; Data persistence&lt;br/&gt;(All DynamoDB read/write operations)&lt;br/&gt;&lt;br/&gt;&lt;b style=&quot;color:#C62828;&quot;&gt;Red solid&lt;/b&gt; &amp;mdash; Credential fetch&lt;br/&gt;(Secrets Manager GetSecretValue)&lt;br/&gt;&lt;br/&gt;&lt;b style=&quot;color:#C62828;&quot;&gt;Red dashed&lt;/b&gt; &amp;mdash; Encryption at rest&lt;br/&gt;(KMS CMK protects prior-auth-requests)&lt;br/&gt;&lt;br/&gt;&lt;b style=&quot;color:#AD1457;&quot;&gt;Pink solid&lt;/b&gt; &amp;mdash; SNS publish&lt;br/&gt;(Reviewer alerts + decision events)&lt;br/&gt;&lt;br/&gt;&lt;b style=&quot;color:#6A1B9A;&quot;&gt;Purple solid&lt;/b&gt; &amp;mdash; Durable callback&lt;br/&gt;(Reviewer CB resumes suspended Orchestrator)&lt;br/&gt;&lt;br/&gt;&lt;b style=&quot;color:#6A1B9A;&quot;&gt;Purple dashed&lt;/b&gt; &amp;mdash; Suspend / resume loop&lt;br/&gt;(Orchestrator exits; zero compute while waiting)&lt;br/&gt;&lt;br/&gt;&lt;b style=&quot;color:#00838F;&quot;&gt;Teal solid&lt;/b&gt; &amp;mdash; External API call&lt;br/&gt;(Claude: injection screen + evaluation)&lt;/div&gt;" vertex="1">
          <mxGeometry x="20" y="60" width="420" height="560" as="geometry" />
        </mxCell>

      </root>
    </mxGraphModel>
  </diagram>
</mxfile>
